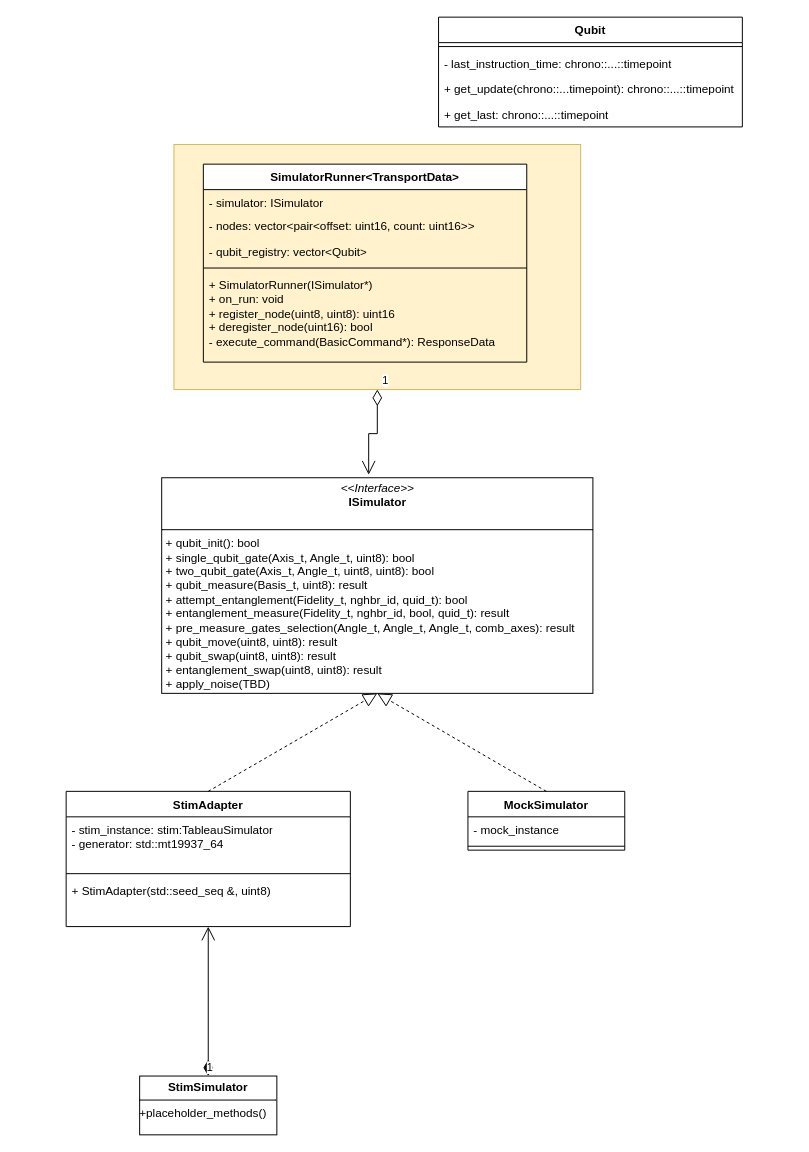
The draw.io diagram page "Simulator" (5 of 10) of docs/Design/MultithreadedApplication.drawio in SoftwareQuTech/QiLab, before the edit. Source tidied: cells renumbered, new cells numbered last; positions are measured from the earlier drawing's top-left corner, leaving out a move shared by most shapes. Both pictures are drawn from the tidied source at 98%, with x=0, y=0 at pixel (66, 17).
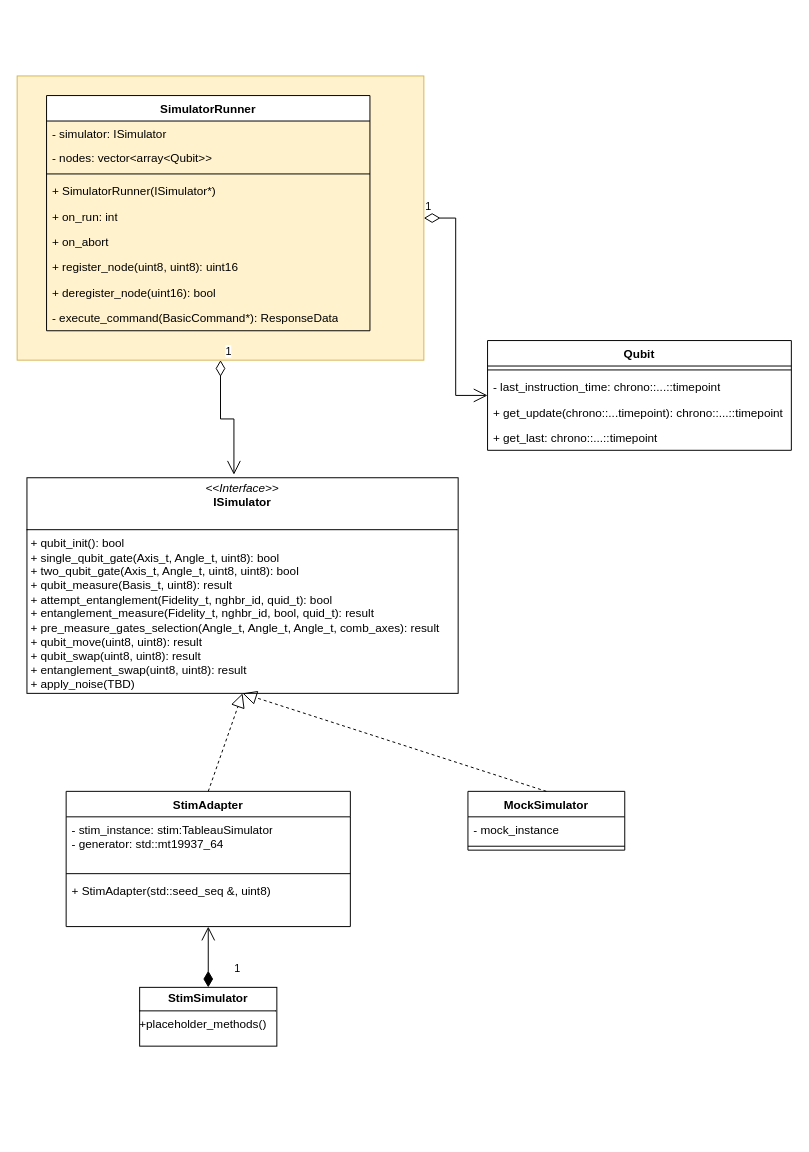
The same page after the edit.

The change refers to these unchanged cells:
```xml
<mxCell id="4" value="StimAdapter" style="swimlane;fontStyle=1;align=center;verticalAlign=top;horizontal=1;startSize=26;whiteSpace=wrap;html=1;" parent="1" vertex="1">
  <mxGeometry y="790" width="290" height="138" as="geometry" />
</mxCell>
```

The edit, as a diff of the source:
```diff
@@
     <mxCell id="2" style="rounded=0;whiteSpace=wrap;html=1;fillColor=#fff2cc;strokeColor=#d6b656;" parent="1" vertex="1">
-      <mxGeometry x="110" y="130" width="415" height="250" as="geometry" />
+      <mxGeometry x="-50" y="60" width="415" height="290" as="geometry" />
     </mxCell>
     <mxCell id="3" value="&lt;p style=&quot;margin:0px;margin-top:4px;text-align:center;&quot;&gt;&lt;i&gt;&amp;lt;&amp;lt;Interface&amp;gt;&amp;gt;&lt;/i&gt;&lt;br&gt;&lt;b&gt;ISimulator&lt;/b&gt;&lt;/p&gt;&lt;br&gt;&lt;hr size=&quot;1&quot; style=&quot;border-style:solid;&quot;&gt;&lt;p style=&quot;margin:0px;margin-left:4px;&quot;&gt;+ qubit_init(): bool&lt;br&gt;+ single_qubit_gate(Axis_t, Angle_t, uint8): bool&lt;/p&gt;&lt;p style=&quot;margin:0px;margin-left:4px;&quot;&gt;+ two_qubit_gate(&lt;span style=&quot;background-color: transparent; color: light-dark(rgb(0, 0, 0), rgb(255, 255, 255));&quot;&gt;Axis_t, Angle_t, uint8, uint8): bool&lt;/span&gt;&lt;/p&gt;&lt;p style=&quot;margin:0px;margin-left:4px;&quot;&gt;+ qubit_measure(Basis_t, uint8): result&lt;/p&gt;&lt;p style=&quot;margin:0px;margin-left:4px;&quot;&gt;+ attempt_entanglement(Fidelity_t, nghbr_id, quid_t): bool&lt;/p&gt;&lt;p style=&quot;margin:0px;margin-left:4px;&quot;&gt;+ entanglement_measure(Fidelity_t, nghbr_id, bool, quid_t): result&lt;/p&gt;&lt;p style=&quot;margin:0px;margin-left:4px;&quot;&gt;+ pre_measure_gates_selection(Angle_t, Angle_t, Angle_t, comb_axes): result&lt;/p&gt;&lt;p style=&quot;margin:0px;margin-left:4px;&quot;&gt;+ qubit_move(uint8, uint8): result&lt;/p&gt;&lt;p style=&quot;margin:0px;margin-left:4px;&quot;&gt;+ qubit_swap(uint8, uint8): result&lt;/p&gt;&lt;p style=&quot;margin:0px;margin-left:4px;&quot;&gt;+ entanglement_swap(uint8, uint8): result&lt;/p&gt;&lt;p style=&quot;margin:0px;margin-left:4px;&quot;&gt;+ apply_noise(TBD)&lt;/p&gt;" style="verticalAlign=top;align=left;overflow=fill;html=1;whiteSpace=wrap;" parent="1" vertex="1">
-      <mxGeometry x="97.5" y="470" width="440" height="220" as="geometry" />
+      <mxGeometry x="-40" y="470" width="440" height="220" as="geometry" />
     </mxCell>
@@
     <mxCell id="11" value="&lt;p style=&quot;margin:0px;margin-top:4px;text-align:center;&quot;&gt;&lt;b&gt;StimSimulator&lt;/b&gt;&lt;/p&gt;&lt;hr size=&quot;1&quot; style=&quot;border-style:solid;&quot;&gt;+placeholder_methods()&lt;div style=&quot;height:2px;&quot;&gt;&lt;/div&gt;" style="verticalAlign=top;align=left;overflow=fill;html=1;whiteSpace=wrap;" parent="1" vertex="1">
-      <mxGeometry x="75" y="1080.5" width="140" height="60" as="geometry" />
+      <mxGeometry x="75" y="990" width="140" height="60" as="geometry" />
     </mxCell>
-    <mxCell id="12" value="SimulatorRunner&amp;lt;TransportData&amp;gt;" style="swimlane;fontStyle=1;align=center;verticalAlign=top;horizontal=1;startSize=26;whiteSpace=wrap;html=1;" parent="1" vertex="1">
-      <mxGeometry x="140" y="150" width="330" height="202" as="geometry" />
+    <mxCell id="12" value="SimulatorRunner" style="swimlane;fontStyle=1;align=center;verticalAlign=top;horizontal=1;startSize=26;whiteSpace=wrap;html=1;" parent="1" vertex="1">
+      <mxGeometry x="-20" y="80" width="330" height="240" as="geometry" />
     </mxCell>
@@
-    <mxCell id="14" value="- nodes: vector&amp;lt;pair&amp;lt;offset: uint16, count: uint16&amp;gt;&amp;gt;" style="text;strokeColor=none;fillColor=none;align=left;verticalAlign=top;spacingLeft=4;spacingRight=4;overflow=hidden;whiteSpace=wrap;html=1;" parent="12" vertex="1">
+    <mxCell id="14" value="- nodes: vector&amp;lt;array&amp;lt;Qubit&amp;gt;&amp;gt;" style="text;strokeColor=none;fillColor=none;align=left;verticalAlign=top;spacingLeft=4;spacingRight=4;overflow=hidden;whiteSpace=wrap;html=1;" parent="12" vertex="1">
       <mxGeometry y="50" width="330" height="26" as="geometry" />
     </mxCell>
-    <mxCell id="15" value="- qubit_registry: vector&amp;lt;Qubit&amp;gt;" style="text;strokeColor=none;fillColor=none;align=left;verticalAlign=top;spacingLeft=4;spacingRight=4;overflow=hidden;whiteSpace=wrap;html=1;" parent="12" vertex="1">
-      <mxGeometry y="76" width="330" height="26" as="geometry" />
-    </mxCell>
     <mxCell id="16" style="line;strokeWidth=1;fillColor=none;align=left;verticalAlign=middle;spacingTop=-1;spacingLeft=3;spacingRight=3;labelPosition=right;strokeColor=inherit;" parent="12" vertex="1">
-      <mxGeometry y="102" width="330" height="8" as="geometry" />
+      <mxGeometry y="76" width="330" height="8" as="geometry" />
     </mxCell>
-    <mxCell id="17" value="&lt;div&gt;+ SimulatorRunner(ISimulator*)&lt;/div&gt;&lt;div&gt;&lt;span style=&quot;background-color: transparent; color: light-dark(rgb(0, 0, 0), rgb(255, 255, 255));&quot;&gt;+ on_run: void&lt;/span&gt;&lt;/div&gt;&lt;div&gt;+ register_node(uint8, uint8): uint16&lt;/div&gt;&lt;div&gt;+ deregister_node(uint16): bool&lt;/div&gt;&lt;div&gt;- execute_command(BasicCommand*): ResponseData&lt;/div&gt;" style="text;strokeColor=none;fillColor=none;align=left;verticalAlign=top;spacingLeft=4;spacingRight=4;overflow=hidden;whiteSpace=wrap;html=1;" parent="12" vertex="1">
-      <mxGeometry y="110" width="330" height="92" as="geometry" />
-    </mxCell>
+    <mxCell id="27" value="&lt;div&gt;+ SimulatorRunner(ISimulator*)&lt;/div&gt;&lt;div&gt;&lt;br&gt;&lt;/div&gt;" style="text;strokeColor=none;fillColor=none;align=left;verticalAlign=top;spacingLeft=4;spacingRight=4;overflow=hidden;whiteSpace=wrap;html=1;" parent="12" vertex="1">
+      <mxGeometry y="84" width="330" height="26" as="geometry" />
+    </mxCell>
+    <mxCell id="28" value="&lt;div&gt;&lt;span style=&quot;background-color: transparent; color: light-dark(rgb(0, 0, 0), rgb(255, 255, 255));&quot;&gt;+ on_run: int&lt;/span&gt;&lt;/div&gt;&lt;div&gt;&lt;span style=&quot;background-color: transparent; color: light-dark(rgb(0, 0, 0), rgb(255, 255, 255));&quot;&gt;&lt;br&gt;&lt;/span&gt;&lt;/div&gt;" style="text;strokeColor=none;fillColor=none;align=left;verticalAlign=top;spacingLeft=4;spacingRight=4;overflow=hidden;whiteSpace=wrap;html=1;" parent="12" vertex="1">
+      <mxGeometry y="110" width="330" height="26" as="geometry" />
+    </mxCell>
+    <mxCell id="29" value="+ on_abort" style="text;strokeColor=none;fillColor=none;align=left;verticalAlign=top;spacingLeft=4;spacingRight=4;overflow=hidden;whiteSpace=wrap;html=1;" parent="12" vertex="1">
+      <mxGeometry y="136" width="330" height="26" as="geometry" />
+    </mxCell>
+    <mxCell id="30" value="&lt;div&gt;&lt;span style=&quot;background-color: transparent; color: light-dark(rgb(0, 0, 0), rgb(255, 255, 255));&quot;&gt;+ register_node(uint8, uint8): uint16&lt;/span&gt;&lt;/div&gt;&lt;div&gt;&lt;span style=&quot;background-color: transparent; color: light-dark(rgb(0, 0, 0), rgb(255, 255, 255));&quot;&gt;&lt;br&gt;&lt;/span&gt;&lt;/div&gt;" style="text;strokeColor=none;fillColor=none;align=left;verticalAlign=top;spacingLeft=4;spacingRight=4;overflow=hidden;whiteSpace=wrap;html=1;" parent="12" vertex="1">
+      <mxGeometry y="162" width="330" height="26" as="geometry" />
+    </mxCell>
+    <mxCell id="31" value="&lt;div&gt;&lt;span style=&quot;background-color: transparent; color: light-dark(rgb(0, 0, 0), rgb(255, 255, 255));&quot;&gt;+ deregister_node(uint16): bool&lt;/span&gt;&lt;/div&gt;&lt;div&gt;&lt;span style=&quot;background-color: transparent; color: light-dark(rgb(0, 0, 0), rgb(255, 255, 255));&quot;&gt;&lt;br&gt;&lt;/span&gt;&lt;/div&gt;" style="text;strokeColor=none;fillColor=none;align=left;verticalAlign=top;spacingLeft=4;spacingRight=4;overflow=hidden;whiteSpace=wrap;html=1;" parent="12" vertex="1">
+      <mxGeometry y="188" width="330" height="26" as="geometry" />
+    </mxCell>
+    <mxCell id="32" value="- execute_command(BasicCommand*): ResponseData" style="text;strokeColor=none;fillColor=none;align=left;verticalAlign=top;spacingLeft=4;spacingRight=4;overflow=hidden;whiteSpace=wrap;html=1;" parent="12" vertex="1">
+      <mxGeometry y="214" width="330" height="26" as="geometry" />
+    </mxCell>
@@
     <mxCell id="20" value="1" style="endArrow=open;html=1;endSize=12;startArrow=diamondThin;startSize=14;startFill=1;edgeStyle=orthogonalEdgeStyle;align=left;verticalAlign=bottom;rounded=0;exitX=0.5;exitY=0;exitDx=0;exitDy=0;entryX=0.5;entryY=1;entryDx=0;entryDy=0;" parent="1" edge="1" source="11" target="4">
-      <mxGeometry x="-1" y="3" relative="1" as="geometry" />
+      <mxGeometry x="-0.68" y="-25" relative="1" as="geometry" />
     </mxCell>
     <mxCell id="21" value="Qubit" style="swimlane;fontStyle=1;align=center;verticalAlign=top;horizontal=1;startSize=26;whiteSpace=wrap;html=1;" parent="1" vertex="1">
-      <mxGeometry x="380" width="310" height="112" as="geometry" />
+      <mxGeometry x="430" y="330" width="310" height="112" as="geometry" />
     </mxCell>
@@
+    <mxCell id="33" value="1" style="endArrow=open;html=1;endSize=12;startArrow=diamondThin;startSize=14;startFill=0;edgeStyle=orthogonalEdgeStyle;align=left;verticalAlign=bottom;rounded=0;exitX=1;exitY=0.5;exitDx=0;exitDy=0;" parent="1" edge="1" source="2" target="21">
+      <mxGeometry x="-1" y="3" relative="1" as="geometry" />
+    </mxCell>
```
